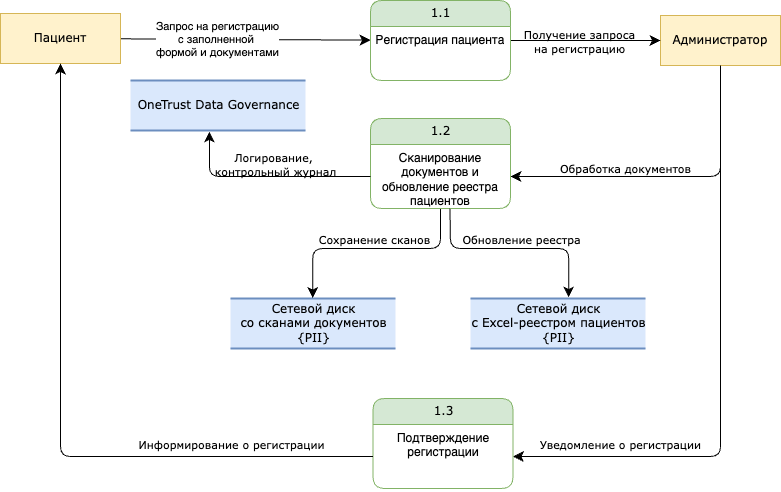
This is Exc1/DFD-DataLinage-Регистрация пациентов.drawio.png from denrzv/yp-architecture-sprint-10, a draw.io export, as it was before one commit. Source tidied: cells renumbered, new cells last; positions are measured from the earlier drawing's top-left corner, leaving out a move shared by most shapes.
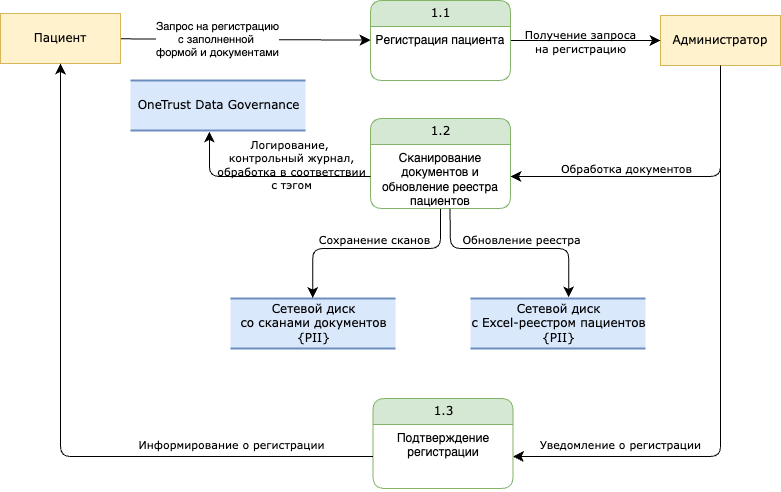
After the change.

What changed in the source:
```diff
@@ -108,9 +108,9 @@
         </Array>
       </mxGeometry>
     </mxCell>
-    <mxCell id="28" value="Логирование,&amp;nbsp;&lt;div&gt;контрольный журнал&lt;/div&gt;" style="edgeLabel;html=1;align=center;verticalAlign=middle;fontFamily=Verdana;fontSize=11;fontColor=default;labelBackgroundColor=none;" parent="27" vertex="1">
+    <mxCell id="28" value="Логирование,&amp;nbsp;&lt;div&gt;контрольный журнал,&lt;/div&gt;&lt;div&gt;обработка в соответствии&lt;/div&gt;&lt;div&gt;с тэгом&lt;/div&gt;" style="edgeLabel;html=1;align=center;verticalAlign=middle;fontFamily=Verdana;fontSize=11;fontColor=default;labelBackgroundColor=none;" parent="27" vertex="1">
       <mxGeometry x="0.01" y="-3" relative="1" as="geometry">
-        <mxPoint x="9" y="-10" as="offset" />
+        <mxPoint x="24" y="-10" as="offset" />
       </mxGeometry>
     </mxCell>
   </root>
```
